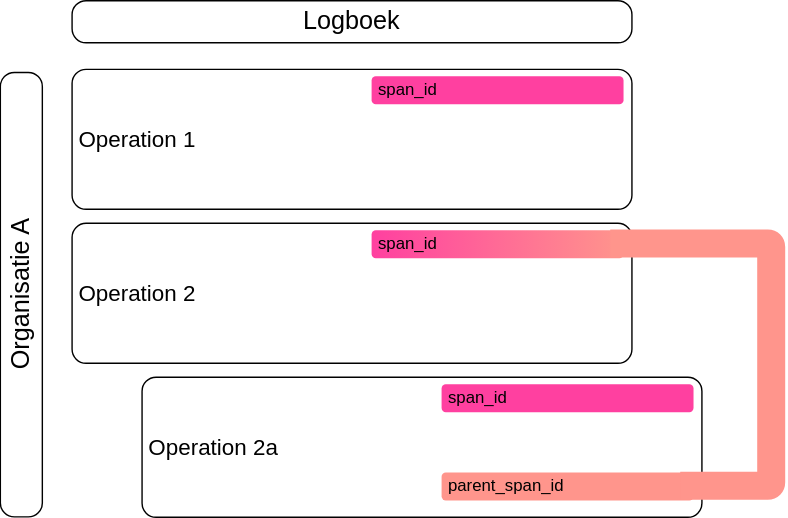
This is media/relatie_logboekelementen_afbeelding9.svg from Logius-standaarden/logboek-dataverwerkingen-inleiding, a draw.io export, as it was before one commit. Source tidied: cells renumbered, new cells last; positions are measured from the earlier drawing's top-left corner, leaving out a move shared by most shapes.
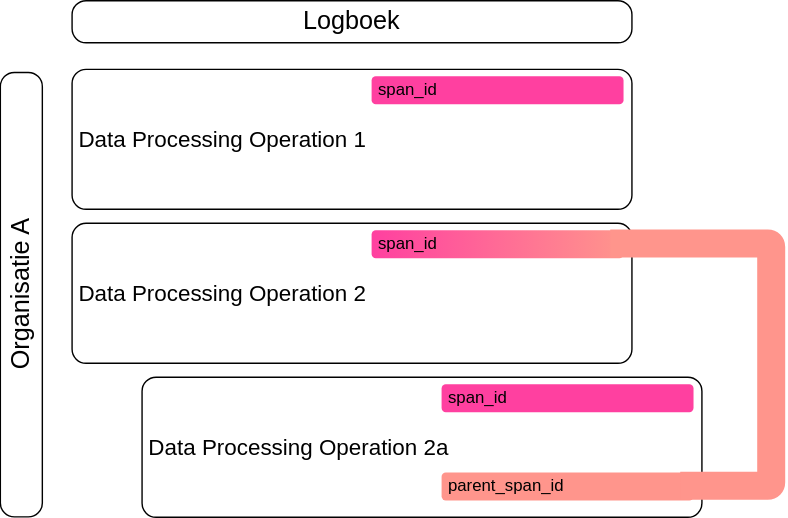
The same file after the commit.

What changed in the source:
```diff
@@ -2,13 +2,13 @@
   <root>
     <mxCell id="0" />
     <mxCell id="1" parent="0" />
-    <mxCell id="2" value="Operation 2" style="rounded=1;whiteSpace=wrap;html=1;align=left;fontSize=16;spacing=5;absoluteArcSize=1;fillColor=none;" parent="1" vertex="1">
+    <mxCell id="2" value="Data Processing Operation 2" style="rounded=1;whiteSpace=wrap;html=1;align=left;fontSize=16;spacing=5;absoluteArcSize=1;fillColor=none;" parent="1" vertex="1">
       <mxGeometry x="195" y="159" width="400" height="100" as="geometry" />
     </mxCell>
-    <mxCell id="3" value="Operation 1" style="rounded=1;whiteSpace=wrap;html=1;align=left;fontSize=16;spacing=5;absoluteArcSize=1;fillColor=none;" parent="1" vertex="1">
+    <mxCell id="3" value="Data Processing Operation 1" style="rounded=1;whiteSpace=wrap;html=1;align=left;fontSize=16;spacing=5;absoluteArcSize=1;fillColor=none;" parent="1" vertex="1">
       <mxGeometry x="195" y="49" width="400" height="100" as="geometry" />
     </mxCell>
-    <mxCell id="4" value="Operation 2a" style="rounded=1;whiteSpace=wrap;html=1;align=left;fontSize=16;spacing=5;absoluteArcSize=1;fillColor=none;" parent="1" vertex="1">
+    <mxCell id="4" value="Data Processing Operation 2a" style="rounded=1;whiteSpace=wrap;html=1;align=left;fontSize=16;spacing=5;absoluteArcSize=1;fillColor=none;" parent="1" vertex="1">
       <mxGeometry x="245" y="269" width="400" height="100" as="geometry" />
     </mxCell>
     <mxCell id="5" value="span_id" style="rounded=1;whiteSpace=wrap;html=1;strokeColor=none;fillColor=light-dark(#FF40A0,#FF40A0);align=left;spacing=5;" parent="1" vertex="1">
```
